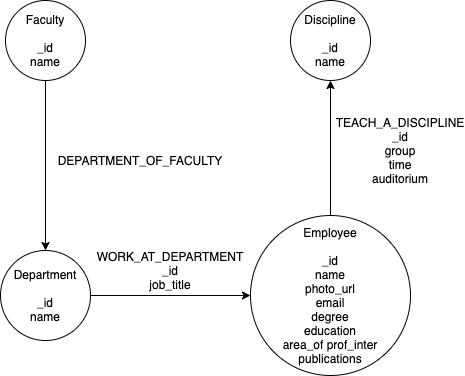
Earlier version of the draw.io export doc/img/NoSQL.png (godor1333/nosql2h20-etu-neo4j). Source tidied: cells renumbered, new cells last; positions are measured from the earlier drawing's top-left corner, leaving out a move shared by most shapes. Its diagram source:
```xml
<mxGraphModel>
  <root>
    <mxCell id="0" />
    <mxCell id="1" parent="0" />
    <mxCell id="2" style="edgeStyle=orthogonalEdgeStyle;rounded=0;jettySize=auto;html=1;entryX=0;entryY=0.5;entryDx=0;entryDy=0;" parent="1" edge="1" source="3" target="8">
      <mxGeometry relative="1" as="geometry" />
    </mxCell>
    <mxCell id="3" value="Department&lt;br&gt;&lt;br&gt;_id&lt;br&gt;name" style="ellipse;whiteSpace=wrap;html=1;" parent="1" vertex="1">
      <mxGeometry y="250" width="90" height="90" as="geometry" />
    </mxCell>
    <mxCell id="4" style="edgeStyle=orthogonalEdgeStyle;rounded=0;jettySize=auto;html=1;entryX=0.5;entryY=0;entryDx=0;entryDy=0;" parent="1" edge="1" source="5" target="3">
      <mxGeometry relative="1" as="geometry" />
    </mxCell>
    <mxCell id="5" value="Faculty&lt;br&gt;&lt;br&gt;_id&lt;br&gt;name" style="ellipse;whiteSpace=wrap;html=1;" parent="1" vertex="1">
      <mxGeometry x="5" width="80" height="80" as="geometry" />
    </mxCell>
    <mxCell id="6" value="Discipline&lt;br&gt;&lt;br&gt;_id&lt;br&gt;name" style="ellipse;whiteSpace=wrap;html=1;" parent="1" vertex="1">
      <mxGeometry x="290" width="80" height="80" as="geometry" />
    </mxCell>
    <mxCell id="7" style="edgeStyle=orthogonalEdgeStyle;rounded=0;jettySize=auto;html=1;entryX=0.5;entryY=1;entryDx=0;entryDy=0;" parent="1" edge="1" source="8" target="6">
      <mxGeometry relative="1" as="geometry" />
    </mxCell>
    <mxCell id="8" value="Employee&lt;br&gt;&lt;br&gt;_id&lt;br&gt;name&lt;br&gt;photo_url&lt;br&gt;email&lt;br&gt;degree&lt;br&gt;education&lt;br&gt;area_of prof_inter&lt;br&gt;publications" style="ellipse;whiteSpace=wrap;html=1;" parent="1" vertex="1">
      <mxGeometry x="250" y="215" width="160" height="160" as="geometry" />
    </mxCell>
    <mxCell id="9" value="TEACH_A_DISCIPLINE&lt;br&gt;_id&lt;br&gt;group&lt;br&gt;time&lt;br&gt;auditorium" style="text;html=1;strokeColor=none;fillColor=none;align=center;verticalAlign=middle;whiteSpace=wrap;rounded=0;" parent="1" vertex="1">
      <mxGeometry x="380" y="140" width="40" height="20" as="geometry" />
    </mxCell>
    <mxCell id="10" value="WORK_AT_DEPARTMENT&lt;br&gt;_id&lt;br&gt;job_title" style="text;html=1;strokeColor=none;fillColor=none;align=center;verticalAlign=middle;whiteSpace=wrap;rounded=0;" parent="1" vertex="1">
      <mxGeometry x="150" y="260" width="40" height="20" as="geometry" />
    </mxCell>
    <mxCell id="11" value="DEPARTMENT_OF_FACULTY" style="text;html=1;strokeColor=none;fillColor=none;align=center;verticalAlign=middle;whiteSpace=wrap;rounded=0;" parent="1" vertex="1">
      <mxGeometry x="120" y="150" width="40" height="20" as="geometry" />
    </mxCell>
  </root>
</mxGraphModel>
```
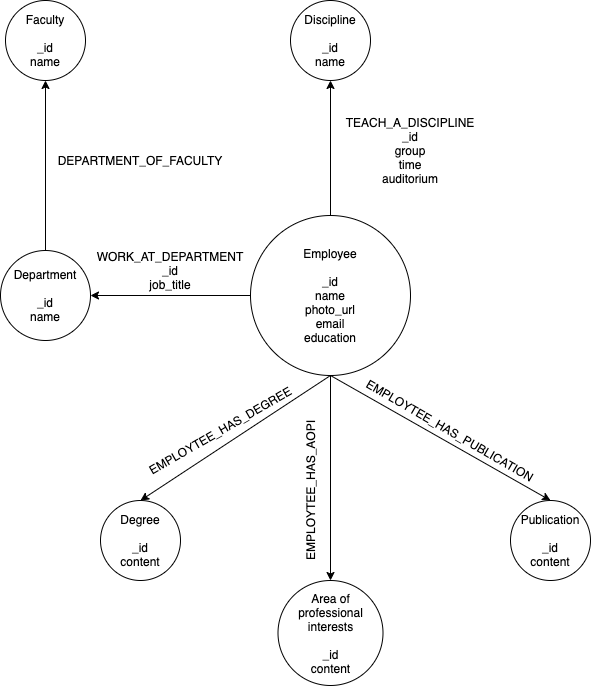
The same file after the commit.

Commit message:
Update NoSQL diagram

What changed in the source:
```diff
@@ -2,15 +2,12 @@
   <root>
     <mxCell id="0" />
     <mxCell id="1" parent="0" />
-    <mxCell id="2" style="edgeStyle=orthogonalEdgeStyle;rounded=0;jettySize=auto;html=1;entryX=0;entryY=0.5;entryDx=0;entryDy=0;" parent="1" edge="1" source="3" target="8">
-      <mxGeometry relative="1" as="geometry" />
-    </mxCell>
+    <mxCell id="12" style="edgeStyle=orthogonalEdgeStyle;rounded=0;jettySize=auto;html=1;entryX=0.5;entryY=1;entryDx=0;entryDy=0;" parent="1" edge="1" source="3" target="5">
+      <mxGeometry relative="1" as="geometry" />
+    </mxCell>
     <mxCell id="3" value="Department&lt;br&gt;&lt;br&gt;_id&lt;br&gt;name" style="ellipse;whiteSpace=wrap;html=1;" parent="1" vertex="1">
       <mxGeometry y="250" width="90" height="90" as="geometry" />
     </mxCell>
-    <mxCell id="4" style="edgeStyle=orthogonalEdgeStyle;rounded=0;jettySize=auto;html=1;entryX=0.5;entryY=0;entryDx=0;entryDy=0;" parent="1" edge="1" source="5" target="3">
-      <mxGeometry relative="1" as="geometry" />
-    </mxCell>
     <mxCell id="5" value="Faculty&lt;br&gt;&lt;br&gt;_id&lt;br&gt;name" style="ellipse;whiteSpace=wrap;html=1;" parent="1" vertex="1">
       <mxGeometry x="5" width="80" height="80" as="geometry" />
     </mxCell>
@@ -20,11 +17,23 @@
     <mxCell id="7" style="edgeStyle=orthogonalEdgeStyle;rounded=0;jettySize=auto;html=1;entryX=0.5;entryY=1;entryDx=0;entryDy=0;" parent="1" edge="1" source="8" target="6">
       <mxGeometry relative="1" as="geometry" />
     </mxCell>
+    <mxCell id="13" style="edgeStyle=orthogonalEdgeStyle;rounded=0;jettySize=auto;html=1;entryX=1;entryY=0.5;entryDx=0;entryDy=0;" parent="1" edge="1" source="8" target="3">
+      <mxGeometry relative="1" as="geometry" />
+    </mxCell>
+    <mxCell id="14" style="rounded=0;jettySize=auto;html=1;exitX=0.5;exitY=1;exitDx=0;exitDy=0;entryX=0.5;entryY=0;entryDx=0;entryDy=0;" parent="1" edge="1" source="8" target="19">
+      <mxGeometry relative="1" as="geometry" />
+    </mxCell>
+    <mxCell id="15" style="edgeStyle=none;rounded=0;jettySize=auto;html=1;exitX=0.5;exitY=1;exitDx=0;exitDy=0;entryX=0.5;entryY=0;entryDx=0;entryDy=0;" parent="1" edge="1" source="8" target="17">
+      <mxGeometry relative="1" as="geometry" />
+    </mxCell>
+    <mxCell id="16" style="edgeStyle=none;rounded=0;jettySize=auto;html=1;exitX=0.5;exitY=1;exitDx=0;exitDy=0;" parent="1" edge="1" source="8" target="18">
+      <mxGeometry relative="1" as="geometry" />
+    </mxCell>
-    <mxCell id="8" value="Employee&lt;br&gt;&lt;br&gt;_id&lt;br&gt;name&lt;br&gt;photo_url&lt;br&gt;email&lt;br&gt;degree&lt;br&gt;education&lt;br&gt;area_of prof_inter&lt;br&gt;publications" style="ellipse;whiteSpace=wrap;html=1;" parent="1" vertex="1">
+    <mxCell id="8" value="Employee&lt;br&gt;&lt;br&gt;_id&lt;br&gt;name&lt;br&gt;photo_url&lt;br&gt;email&lt;br&gt;education" style="ellipse;whiteSpace=wrap;html=1;" parent="1" vertex="1">
       <mxGeometry x="250" y="215" width="160" height="160" as="geometry" />
     </mxCell>
     <mxCell id="9" value="TEACH_A_DISCIPLINE&lt;br&gt;_id&lt;br&gt;group&lt;br&gt;time&lt;br&gt;auditorium" style="text;html=1;strokeColor=none;fillColor=none;align=center;verticalAlign=middle;whiteSpace=wrap;rounded=0;" parent="1" vertex="1">
-      <mxGeometry x="380" y="140" width="40" height="20" as="geometry" />
+      <mxGeometry x="390" y="140" width="40" height="20" as="geometry" />
     </mxCell>
     <mxCell id="10" value="WORK_AT_DEPARTMENT&lt;br&gt;_id&lt;br&gt;job_title" style="text;html=1;strokeColor=none;fillColor=none;align=center;verticalAlign=middle;whiteSpace=wrap;rounded=0;" parent="1" vertex="1">
       <mxGeometry x="150" y="260" width="40" height="20" as="geometry" />
@@ -32,5 +41,23 @@
     <mxCell id="11" value="DEPARTMENT_OF_FACULTY" style="text;html=1;strokeColor=none;fillColor=none;align=center;verticalAlign=middle;whiteSpace=wrap;rounded=0;" parent="1" vertex="1">
       <mxGeometry x="120" y="150" width="40" height="20" as="geometry" />
     </mxCell>
+    <mxCell id="17" value="Publication&lt;br&gt;&lt;br&gt;_id&lt;br&gt;content" style="ellipse;whiteSpace=wrap;html=1;" parent="1" vertex="1">
+      <mxGeometry x="510" y="500" width="80" height="80" as="geometry" />
+    </mxCell>
+    <mxCell id="18" value="Area of&lt;br&gt;professional interests&lt;br&gt;&lt;br&gt;_id&lt;br&gt;content" style="ellipse;whiteSpace=wrap;html=1;" parent="1" vertex="1">
+      <mxGeometry x="277.5" y="580" width="105" height="105" as="geometry" />
+    </mxCell>
+    <mxCell id="19" value="Degree&lt;br&gt;&lt;br&gt;_id&lt;br&gt;content" style="ellipse;whiteSpace=wrap;html=1;" parent="1" vertex="1">
+      <mxGeometry x="100" y="500" width="80" height="80" as="geometry" />
+    </mxCell>
+    <mxCell id="20" value="EMPLOYTEE_HAS_DEGREE" style="text;html=1;strokeColor=none;fillColor=none;align=center;verticalAlign=middle;whiteSpace=wrap;rounded=0;rotation=-30;" parent="1" vertex="1">
+      <mxGeometry x="200" y="420" width="40" height="20" as="geometry" />
+    </mxCell>
+    <mxCell id="21" value="EMPLOYTEE_HAS_AOPI" style="text;html=1;strokeColor=none;fillColor=none;align=center;verticalAlign=middle;whiteSpace=wrap;rounded=0;rotation=-90;" parent="1" vertex="1">
+      <mxGeometry x="290" y="480" width="40" height="20" as="geometry" />
+    </mxCell>
+    <mxCell id="22" value="EMPLOYTEE_HAS_PUBLICATION" style="text;html=1;strokeColor=none;fillColor=none;align=center;verticalAlign=middle;whiteSpace=wrap;rounded=0;rotation=30;" parent="1" vertex="1">
+      <mxGeometry x="430" y="420" width="40" height="20" as="geometry" />
+    </mxCell>
   </root>
 </mxGraphModel>
```
